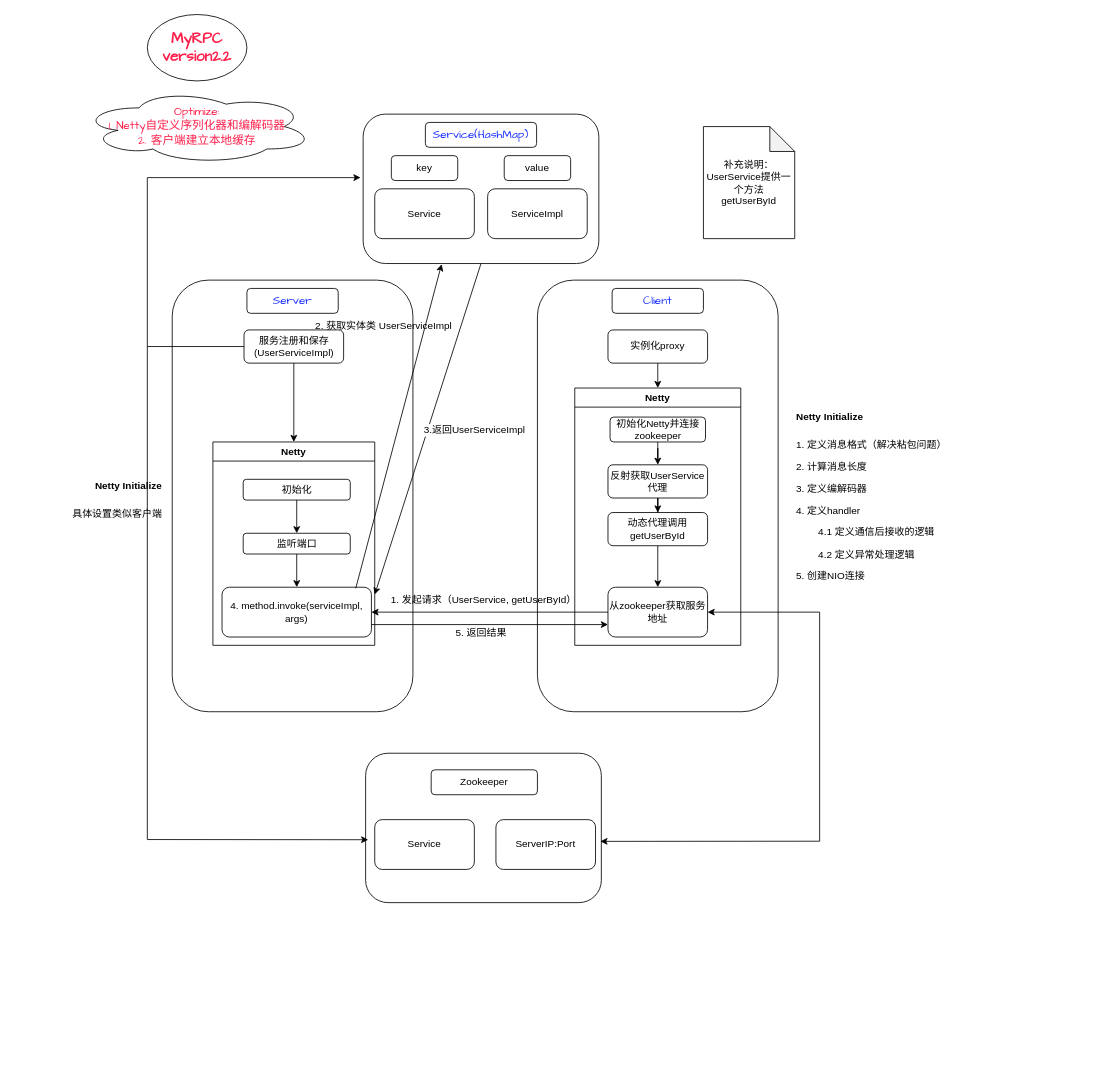
hourhl/Draw-io keeps this draw.io diagram as MyRPC/MyRPC-version2.2.drawio. Above is the earlier version. Source tidied: cells renumbered, new cells numbered last; positions are measured from the earlier drawing's top-left corner, leaving out a move shared by most shapes. Both pictures are drawn from the tidied source at 83%, with x=0, y=0 at pixel (14, 14).
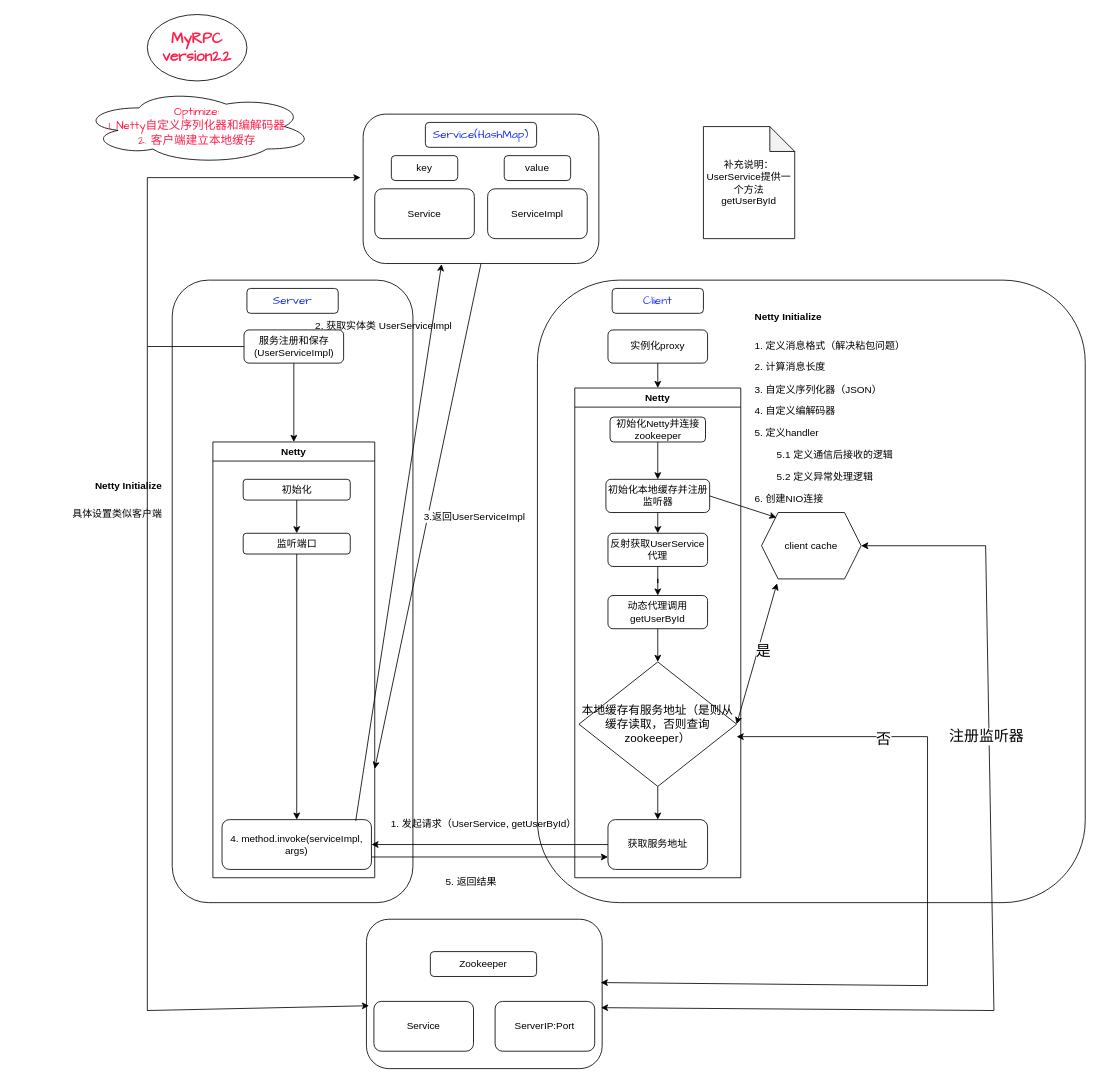
Above is the later version.

Unchanged cells that the change refers to:
```xml
<mxCell id="34" value="初始化Netty并连接zookeeper" style="rounded=1;whiteSpace=wrap;html=1;" parent="33" vertex="1">
  <mxGeometry x="42.5" y="35" width="115" height="30" as="geometry" />
</mxCell>
```

Change to the diagram source:
```diff
@@
     <mxCell id="8" style="rounded=1;whiteSpace=wrap;html=1;" parent="1" vertex="1">
-      <mxGeometry x="190" y="320" width="290" height="520" as="geometry" />
+      <mxGeometry x="190" y="320" width="290" height="750" as="geometry" />
     </mxCell>
     <mxCell id="9" style="rounded=1;whiteSpace=wrap;html=1;" parent="1" vertex="1">
-      <mxGeometry x="630" y="320" width="290" height="520" as="geometry" />
+      <mxGeometry x="630" y="320" width="660" height="750" as="geometry" />
     </mxCell>
@@
-    <mxCell id="16" style="edgeStyle=orthogonalEdgeStyle;rounded=0;jettySize=auto;html=1;" parent="1" edge="1" source="17" target="20">
-      <mxGeometry relative="1" as="geometry" />
-    </mxCell>
-    <mxCell id="17" value="反射获取UserService代理" style="rounded=1;whiteSpace=wrap;html=1;" parent="1" vertex="1">
-      <mxGeometry x="715" y="542.5" width="120" height="40" as="geometry" />
-    </mxCell>
@@
-    <mxCell id="19" style="edgeStyle=orthogonalEdgeStyle;rounded=0;jettySize=auto;html=1;" parent="1" edge="1" source="20" target="35">
-      <mxGeometry relative="1" as="geometry" />
-    </mxCell>
-    <mxCell id="20" value="动态代理调用getUserById" style="rounded=1;whiteSpace=wrap;html=1;" parent="1" vertex="1">
-      <mxGeometry x="715" y="600" width="120" height="40" as="geometry" />
-    </mxCell>
     <mxCell id="21" value="1. 发起请求（UserService, getUserById）" style="text;html=1;align=center;verticalAlign=middle;strokeColor=none;fillColor=none;" parent="1" vertex="1">
-      <mxGeometry x="440" y="690" width="250" height="30" as="geometry" />
+      <mxGeometry x="440" y="960" width="250" height="30" as="geometry" />
     </mxCell>
     <mxCell id="22" value="Netty" style="swimlane;whiteSpace=wrap;html=1;" parent="1" vertex="1">
-      <mxGeometry x="239" y="515" width="195" height="245" as="geometry" />
+      <mxGeometry x="239" y="515" width="195" height="525" as="geometry" />
     </mxCell>
@@
     <mxCell id="26" value="4. method.invoke(serviceImpl, args)" style="rounded=1;whiteSpace=wrap;html=1;" parent="22" vertex="1">
-      <mxGeometry x="11" y="175" width="180" height="60" as="geometry" />
+      <mxGeometry x="11" y="455" width="180" height="60" as="geometry" />
     </mxCell>
@@
     <mxCell id="30" value="5. 返回结果" style="text;html=1;align=center;verticalAlign=middle;strokeColor=none;fillColor=none;" parent="1" vertex="1">
-      <mxGeometry x="522" y="730" width="80" height="30" as="geometry" />
+      <mxGeometry x="510" y="1030" width="80" height="30" as="geometry" />
     </mxCell>
@@
-    <mxCell id="32" value="&lt;h1 style=&quot;margin-top: 0px;&quot;&gt;&lt;font style=&quot;font-size: 12px;&quot;&gt;Netty Initialize&lt;/font&gt;&lt;/h1&gt;&lt;p&gt;&lt;span style=&quot;background-color: transparent; color: light-dark(rgb(0, 0, 0), rgb(255, 255, 255));&quot;&gt;1. 定义消息格式（解决粘包问题）&lt;/span&gt;&lt;/p&gt;&lt;p&gt;&lt;font&gt;2. 计算消息长度&lt;/font&gt;&lt;/p&gt;&lt;p&gt;&lt;font&gt;3. 定义编解码器&lt;/font&gt;&lt;/p&gt;&lt;p&gt;&lt;font&gt;4. 定义handler&lt;/font&gt;&lt;/p&gt;&lt;p&gt;&lt;font&gt;&lt;span style=&quot;white-space: pre;&quot;&gt;&#9;&lt;/span&gt;4.1 定义通信后接收的逻辑&lt;br&gt;&lt;/font&gt;&lt;/p&gt;&lt;p&gt;&lt;font style=&quot;&quot;&gt;&lt;font&gt;&lt;span style=&quot;white-space: pre;&quot;&gt;&#9;&lt;/span&gt;4.2 定义异常处理逻辑&lt;/font&gt;&lt;br&gt;&lt;/font&gt;&lt;/p&gt;&lt;p&gt;&lt;font style=&quot;&quot;&gt;&lt;font&gt;5. 创建NIO连接&lt;/font&gt;&lt;/font&gt;&lt;/p&gt;" style="text;html=1;whiteSpace=wrap;overflow=hidden;rounded=0;" parent="1" vertex="1">
-      <mxGeometry x="940" y="460" width="180" height="320" as="geometry" />
+    <mxCell id="32" value="&lt;h1 style=&quot;margin-top: 0px;&quot;&gt;&lt;font style=&quot;font-size: 12px;&quot;&gt;Netty Initialize&lt;/font&gt;&lt;/h1&gt;&lt;p&gt;&lt;span style=&quot;background-color: transparent; color: light-dark(rgb(0, 0, 0), rgb(255, 255, 255));&quot;&gt;1. 定义消息格式（解决粘包问题）&lt;/span&gt;&lt;/p&gt;&lt;p&gt;&lt;font&gt;2. 计算消息长度&lt;/font&gt;&lt;/p&gt;&lt;p&gt;&lt;font&gt;3. 自定义序列化器（JSON）&lt;/font&gt;&lt;/p&gt;&lt;p&gt;&lt;font&gt;4. 自定义编解码器&lt;/font&gt;&lt;/p&gt;&lt;p&gt;&lt;font&gt;5. 定义handler&lt;/font&gt;&lt;/p&gt;&lt;p&gt;&lt;font&gt;&lt;span style=&quot;white-space: pre;&quot;&gt;&#9;&lt;/span&gt;5.1 定义通信后接收的逻辑&lt;br&gt;&lt;/font&gt;&lt;/p&gt;&lt;p&gt;&lt;font style=&quot;&quot;&gt;&lt;font&gt;&lt;span style=&quot;white-space: pre;&quot;&gt;&#9;&lt;/span&gt;5.2 定义异常处理逻辑&lt;/font&gt;&lt;br&gt;&lt;/font&gt;&lt;/p&gt;&lt;p&gt;&lt;font style=&quot;&quot;&gt;&lt;font&gt;6. 创建NIO连接&lt;/font&gt;&lt;/font&gt;&lt;/p&gt;" style="text;html=1;whiteSpace=wrap;overflow=hidden;rounded=0;" parent="1" vertex="1">
+      <mxGeometry x="890" y="340" width="330" height="260" as="geometry" />
     </mxCell>
     <mxCell id="33" value="Netty" style="swimlane;whiteSpace=wrap;html=1;" parent="1" vertex="1">
-      <mxGeometry x="675" y="450" width="200" height="310" as="geometry" />
+      <mxGeometry x="675" y="450" width="200" height="590" as="geometry" />
     </mxCell>
@@
-    <mxCell id="35" value="从zookeeper获取服务地址" style="rounded=1;whiteSpace=wrap;html=1;" parent="33" vertex="1">
-      <mxGeometry x="40" y="240" width="120" height="60" as="geometry" />
+    <mxCell id="35" value="获取服务地址" style="rounded=1;whiteSpace=wrap;html=1;" parent="33" vertex="1">
+      <mxGeometry x="40" y="520" width="120" height="60" as="geometry" />
     </mxCell>
+    <mxCell id="20" value="动态代理调用getUserById" style="rounded=1;whiteSpace=wrap;html=1;" parent="33" vertex="1">
+      <mxGeometry x="40" y="250" width="120" height="40" as="geometry" />
+    </mxCell>
+    <mxCell id="17" value="反射获取UserService代理" style="rounded=1;whiteSpace=wrap;html=1;" parent="33" vertex="1">
+      <mxGeometry x="40" y="175" width="120" height="40" as="geometry" />
+    </mxCell>
+    <mxCell id="16" style="edgeStyle=orthogonalEdgeStyle;rounded=0;jettySize=auto;html=1;" parent="33" edge="1" source="17" target="20">
+      <mxGeometry relative="1" as="geometry" />
+    </mxCell>
+    <mxCell id="50" value="初始化本地缓存并注册监听器" style="rounded=1;whiteSpace=wrap;html=1;" parent="33" vertex="1">
+      <mxGeometry x="37.5" y="110" width="125" height="40" as="geometry" />
+    </mxCell>
+    <mxCell id="51" style="endArrow=classic;html=1;rounded=0;exitX=0.5;exitY=1;exitDx=0;exitDy=0;" parent="33" edge="1" source="34" target="50">
+      <mxGeometry relative="1" as="geometry" />
+    </mxCell>
+    <mxCell id="52" style="endArrow=classic;html=1;rounded=0;exitX=0.5;exitY=1;exitDx=0;exitDy=0;entryX=0.5;entryY=0;entryDx=0;entryDy=0;" parent="33" edge="1" source="50" target="17">
+      <mxGeometry relative="1" as="geometry" />
+    </mxCell>
@@
-    <mxCell id="39" style="edgeStyle=orthogonalEdgeStyle;rounded=0;jettySize=auto;html=1;" parent="1" edge="1" source="34" target="17">
-      <mxGeometry relative="1" as="geometry" />
-    </mxCell>
@@
     <mxCell id="44" value="&lt;div&gt;&lt;br&gt;&lt;/div&gt;" style="rounded=1;whiteSpace=wrap;html=1;" parent="1" vertex="1">
-      <mxGeometry x="423" y="890" width="284" height="180" as="geometry" />
+      <mxGeometry x="424" y="1090" width="284" height="180" as="geometry" />
     </mxCell>
     <mxCell id="45" value="Zookeeper" style="rounded=1;whiteSpace=wrap;html=1;" parent="1" vertex="1">
-      <mxGeometry x="502" y="910" width="128" height="30" as="geometry" />
+      <mxGeometry x="501" y="1129" width="128" height="30" as="geometry" />
     </mxCell>
     <mxCell id="46" value="Service" style="rounded=1;whiteSpace=wrap;html=1;" parent="1" vertex="1">
-      <mxGeometry x="434" y="970" width="120" height="60" as="geometry" />
+      <mxGeometry x="433" y="1189" width="120" height="60" as="geometry" />
     </mxCell>
     <mxCell id="47" value="ServerIP:Port" style="rounded=1;whiteSpace=wrap;html=1;" parent="1" vertex="1">
-      <mxGeometry x="580" y="970" width="120" height="60" as="geometry" />
+      <mxGeometry x="579" y="1189" width="120" height="60" as="geometry" />
     </mxCell>
     <mxCell id="48" style="endArrow=classic;html=1;rounded=0;entryX=0.011;entryY=0.579;entryDx=0;entryDy=0;entryPerimeter=0;" parent="1" edge="1" target="44">
       <mxGeometry relative="1" as="geometry">
         <mxPoint x="160" y="400" as="sourcePoint" />
         <Array as="points">
-          <mxPoint x="160" y="994" />
+          <mxPoint x="160" y="1200" />
         </Array>
       </mxGeometry>
     </mxCell>
-    <mxCell id="49" style="endArrow=classic;startArrow=classic;html=1;rounded=0;entryX=1;entryY=0.5;entryDx=0;entryDy=0;exitX=0.996;exitY=0.59;exitDx=0;exitDy=0;exitPerimeter=0;" parent="1" edge="1" source="44" target="35">
-      <mxGeometry relative="1" as="geometry">
-        <Array as="points">
-          <mxPoint x="970" y="996" />
-          <mxPoint x="970" y="720" />
-        </Array>
-      </mxGeometry>
-    </mxCell>
+    <mxCell id="53" value="client cache" style="shape=hexagon;perimeter=hexagonPerimeter2;whiteSpace=wrap;html=1;fixedSize=1;" parent="1" vertex="1">
+      <mxGeometry x="900" y="600" width="120" height="80" as="geometry" />
+    </mxCell>
+    <mxCell id="54" style="endArrow=classic;html=1;rounded=0;exitX=1;exitY=0.5;exitDx=0;exitDy=0;entryX=0.15;entryY=0.076;entryDx=0;entryDy=0;entryPerimeter=0;" parent="1" edge="1" source="50" target="53">
+      <mxGeometry relative="1" as="geometry" />
+    </mxCell>
+    <mxCell id="55" style="endArrow=classic;startArrow=classic;html=1;rounded=0;entryX=1;entryY=0.5;entryDx=0;entryDy=0;exitX=0.995;exitY=0.592;exitDx=0;exitDy=0;exitPerimeter=0;" parent="1" edge="1" source="44" target="53">
+      <mxGeometry relative="1" as="geometry">
+        <Array as="points">
+          <mxPoint x="1180" y="1200" />
+          <mxPoint x="1170" y="640" />
+        </Array>
+      </mxGeometry>
+    </mxCell>
+    <mxCell id="56" value="&lt;font style=&quot;font-size: 18px;&quot;&gt;注册监听器&lt;/font&gt;" style="edgeLabel;html=1;align=center;verticalAlign=middle;" parent="55" vertex="1">
+      <mxGeometry x="0.36" y="4" relative="1" as="geometry">
+        <mxPoint y="1" as="offset" />
+      </mxGeometry>
+    </mxCell>
+    <mxCell id="57" style="edgeStyle=orthogonalEdgeStyle;rounded=0;jettySize=auto;html=1;" parent="1" edge="1" source="58" target="35">
+      <mxGeometry relative="1" as="geometry" />
+    </mxCell>
+    <mxCell id="58" value="&lt;font style=&quot;font-size: 14px;&quot;&gt;本地缓存有服务地址（是则从缓存读取，否则查询zookeeper）&lt;/font&gt;" style="rhombus;whiteSpace=wrap;html=1;" parent="1" vertex="1">
+      <mxGeometry x="680" y="780" width="190" height="150" as="geometry" />
+    </mxCell>
+    <mxCell id="59" style="endArrow=classic;html=1;rounded=0;exitX=0.5;exitY=1;exitDx=0;exitDy=0;" parent="1" edge="1" source="20" target="58">
+      <mxGeometry relative="1" as="geometry" />
+    </mxCell>
+    <mxCell id="60" style="endArrow=classic;startArrow=classic;html=1;rounded=0;entryX=0.156;entryY=1.065;entryDx=0;entryDy=0;entryPerimeter=0;exitX=1;exitY=0.5;exitDx=0;exitDy=0;" parent="1" edge="1" source="58" target="53">
+      <mxGeometry relative="1" as="geometry" />
+    </mxCell>
+    <mxCell id="61" value="&lt;font style=&quot;font-size: 18px;&quot;&gt;是&lt;/font&gt;" style="edgeLabel;html=1;align=center;verticalAlign=middle;" parent="60" vertex="1">
+      <mxGeometry x="0.07" y="-5" relative="1" as="geometry">
+        <mxPoint y="1" as="offset" />
+      </mxGeometry>
+    </mxCell>
+    <mxCell id="62" style="endArrow=classic;startArrow=classic;html=1;rounded=0;entryX=0.994;entryY=0.424;entryDx=0;entryDy=0;entryPerimeter=0;" parent="1" edge="1" target="44">
+      <mxGeometry relative="1" as="geometry">
+        <mxPoint x="870" y="870" as="sourcePoint" />
+        <Array as="points">
+          <mxPoint x="1100" y="870" />
+          <mxPoint x="1100" y="1170" />
+        </Array>
+      </mxGeometry>
+    </mxCell>
+    <mxCell id="63" value="&lt;font style=&quot;font-size: 18px;&quot;&gt;否&lt;/font&gt;" style="edgeLabel;html=1;align=center;verticalAlign=middle;" parent="62" vertex="1">
+      <mxGeometry x="-0.62" y="-2" relative="1" as="geometry" />
+    </mxCell>
```
